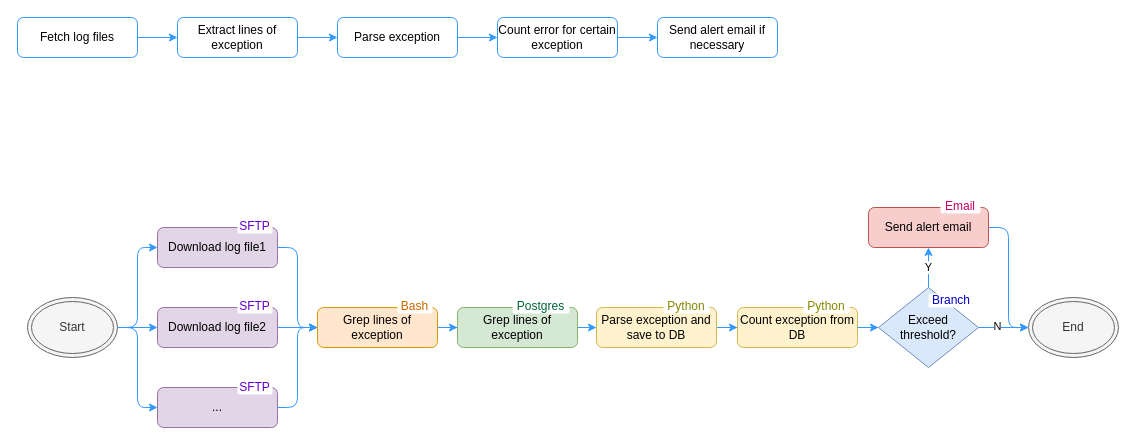
Earlier version of the draw.io diagram doc/monitor_error_logs.drawio (parampavar/airflow). Source tidied: cells renumbered, new cells numbered last; positions are measured from the earlier drawing's top-left corner, leaving out a move shared by most shapes. Both pictures are drawn from the tidied source at 100%, with x=0, y=0 at pixel (17, 17).
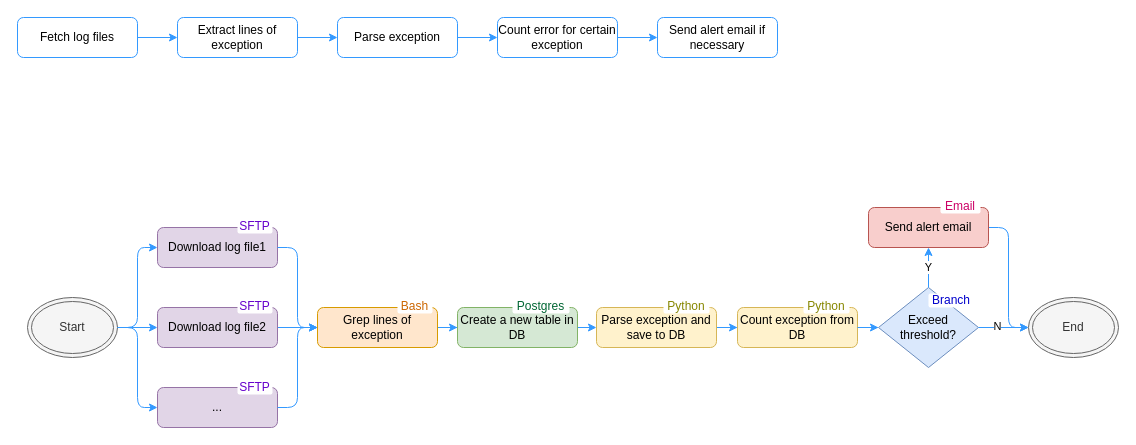
Above is the later version.

Commit message (it also covers changes not shown here):
Update workflow diagram

Diff of the diagram source:
```diff
@@
-    <mxCell id="43" value="Grep lines of exception" style="whiteSpace=wrap;html=1;rounded=1;fillColor=#d5e8d4;strokeColor=#82b366;" parent="1" vertex="1">
+    <mxCell id="43" value="Create a new table in DB" style="whiteSpace=wrap;html=1;rounded=1;fillColor=#d5e8d4;strokeColor=#82b366;" parent="1" vertex="1">
       <mxGeometry x="440" y="290" width="120" height="40" as="geometry" />
     </mxCell>
```
